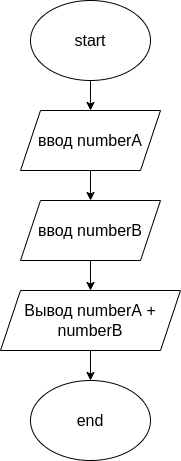
Above: Lecture/L_01/Ex_003/diagram.drawio.png in FirLanPro/cSharp (draw.io), before the change. Source tidied: cells renumbered, new cells last; positions are measured from the earlier drawing's top-left corner, leaving out a move shared by most shapes.
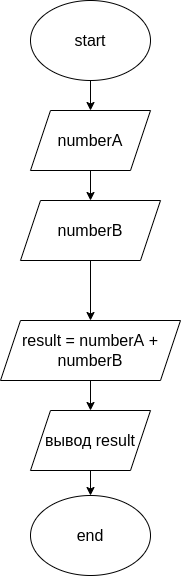
After the commit.

Commit message:
l01 e003 редакт диаграм

The edit, as a diff of the source:
```diff
@@ -2,32 +2,38 @@
   <root>
     <mxCell id="0" />
     <mxCell id="1" parent="0" />
-    <mxCell id="2" style="edgeStyle=none;html=1;" parent="1" edge="1" source="3" target="5">
-      <mxGeometry relative="1" as="geometry" />
-    </mxCell>
+    <mxCell id="11" style="edgeStyle=none;html=1;fontSize=16;" parent="1" edge="1" source="3" target="15">
+      <mxGeometry relative="1" as="geometry" />
+    </mxCell>
     <mxCell id="3" value="&lt;font style=&quot;font-size: 16px;&quot;&gt;start&lt;/font&gt;" style="ellipse;whiteSpace=wrap;html=1;" parent="1" vertex="1">
       <mxGeometry x="30" width="120" height="80" as="geometry" />
     </mxCell>
-    <mxCell id="4" style="edgeStyle=none;html=1;" parent="1" edge="1" source="5" target="7">
-      <mxGeometry relative="1" as="geometry" />
-    </mxCell>
-    <mxCell id="5" value="&lt;font style=&quot;font-size: 16px;&quot;&gt;ввод numberA&lt;/font&gt;" style="shape=parallelogram;perimeter=parallelogramPerimeter;whiteSpace=wrap;html=1;fixedSize=1;" parent="1" vertex="1">
-      <mxGeometry x="20" y="110" width="140" height="60" as="geometry" />
-    </mxCell>
-    <mxCell id="6" style="edgeStyle=none;html=1;" parent="1" edge="1" source="7" target="9">
+    <mxCell id="6" style="edgeStyle=none;html=1;fontSize=16;" parent="1" edge="1" source="7" target="9">
       <mxGeometry relative="1" as="geometry" />
     </mxCell>
-    <mxCell id="7" value="&lt;font style=&quot;font-size: 16px;&quot;&gt;ввод numberB&lt;/font&gt;" style="shape=parallelogram;perimeter=parallelogramPerimeter;whiteSpace=wrap;html=1;fixedSize=1;" parent="1" vertex="1">
+    <mxCell id="7" value="&lt;font style=&quot;font-size: 16px;&quot;&gt;numberB&lt;/font&gt;" style="shape=parallelogram;perimeter=parallelogramPerimeter;whiteSpace=wrap;html=1;fixedSize=1;" parent="1" vertex="1">
       <mxGeometry x="20" y="200" width="140" height="60" as="geometry" />
     </mxCell>
-    <mxCell id="8" style="edgeStyle=none;html=1;" parent="1" edge="1" source="9" target="10">
-      <mxGeometry relative="1" as="geometry" />
-    </mxCell>
+    <mxCell id="12" style="edgeStyle=none;html=1;fontSize=16;" parent="1" edge="1" source="9" target="8">
+      <mxGeometry relative="1" as="geometry" />
+    </mxCell>
-    <mxCell id="9" value="&lt;font style=&quot;font-size: 16px;&quot;&gt;Вывод numberA + numberB&lt;/font&gt;" style="shape=parallelogram;perimeter=parallelogramPerimeter;whiteSpace=wrap;html=1;fixedSize=1;" parent="1" vertex="1">
-      <mxGeometry y="290" width="180" height="60" as="geometry" />
+    <mxCell id="9" value="&lt;font style=&quot;font-size: 16px;&quot;&gt;result = numberA + numberB&lt;/font&gt;" style="shape=parallelogram;perimeter=parallelogramPerimeter;whiteSpace=wrap;html=1;fixedSize=1;" parent="1" vertex="1">
+      <mxGeometry y="320" width="180" height="60" as="geometry" />
     </mxCell>
     <mxCell id="10" value="end" style="ellipse;whiteSpace=wrap;html=1;fontSize=16;" parent="1" vertex="1">
-      <mxGeometry x="30" y="380" width="120" height="80" as="geometry" />
+      <mxGeometry x="30" y="495" width="120" height="80" as="geometry" />
     </mxCell>
+    <mxCell id="13" style="edgeStyle=none;html=1;fontSize=16;" parent="1" edge="1" source="8" target="10">
+      <mxGeometry relative="1" as="geometry" />
+    </mxCell>
+    <mxCell id="8" value="&lt;font style=&quot;font-size: 16px;&quot;&gt;вывод result&lt;/font&gt;" style="shape=parallelogram;perimeter=parallelogramPerimeter;whiteSpace=wrap;html=1;fixedSize=1;" parent="1" vertex="1">
+      <mxGeometry x="30" y="410" width="120" height="60" as="geometry" />
+    </mxCell>
+    <mxCell id="14" style="edgeStyle=none;html=1;fontSize=16;" parent="1" edge="1" source="15" target="7">
+      <mxGeometry relative="1" as="geometry" />
+    </mxCell>
+    <mxCell id="15" value="numberA" style="shape=parallelogram;perimeter=parallelogramPerimeter;whiteSpace=wrap;html=1;fixedSize=1;fontSize=16;" parent="1" vertex="1">
+      <mxGeometry x="30" y="110" width="120" height="60" as="geometry" />
+    </mxCell>
   </root>
 </mxGraphModel>
```
